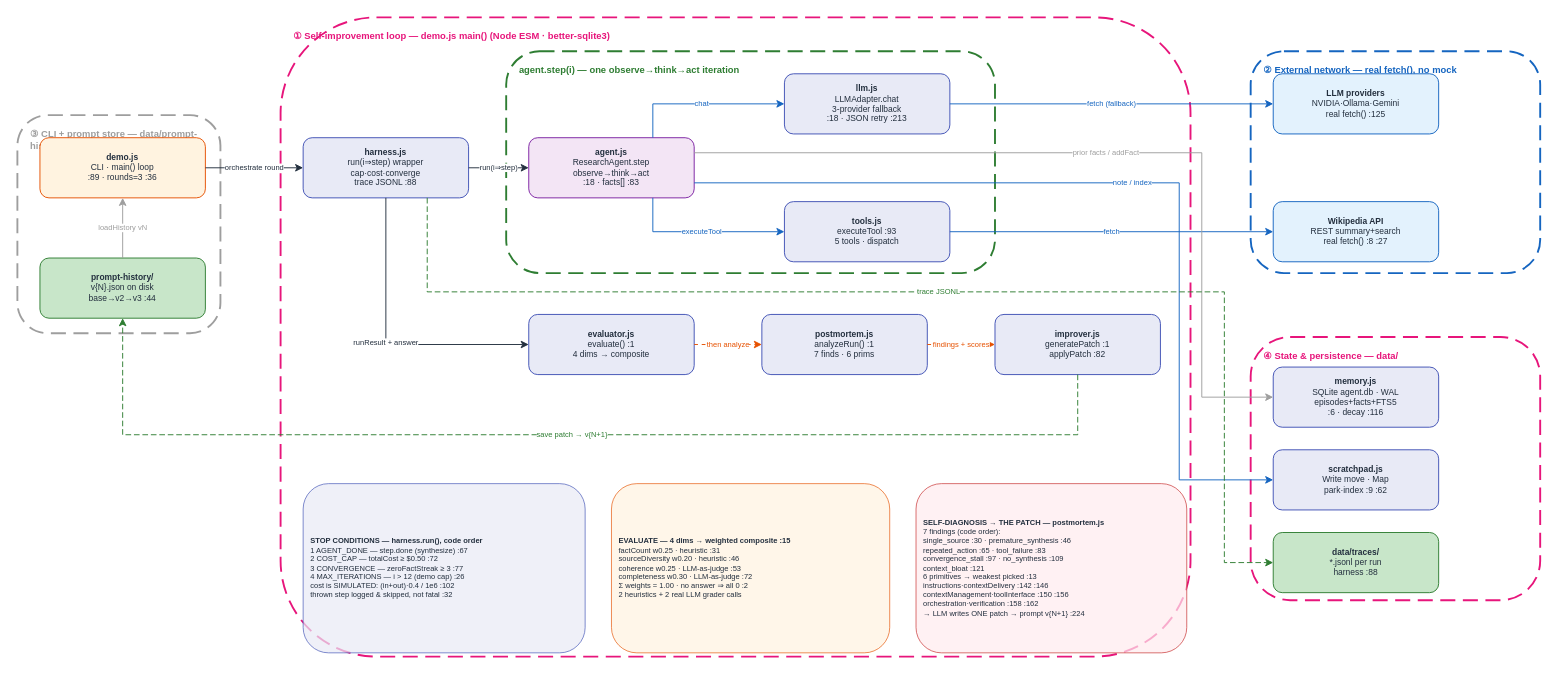
Above: docs/diagrams/self_improving_v1/HOA_SelfImproving_v1.drawio in gmaheshraju/Hands-on-AgenticAI (draw.io), before the change. Source tidied: cells renumbered, new cells numbered last; positions are measured from the earlier drawing's top-left corner, leaving out a move shared by most shapes. Both pictures are drawn from the tidied source at 94%, with x=0, y=0 at pixel (17, 17).
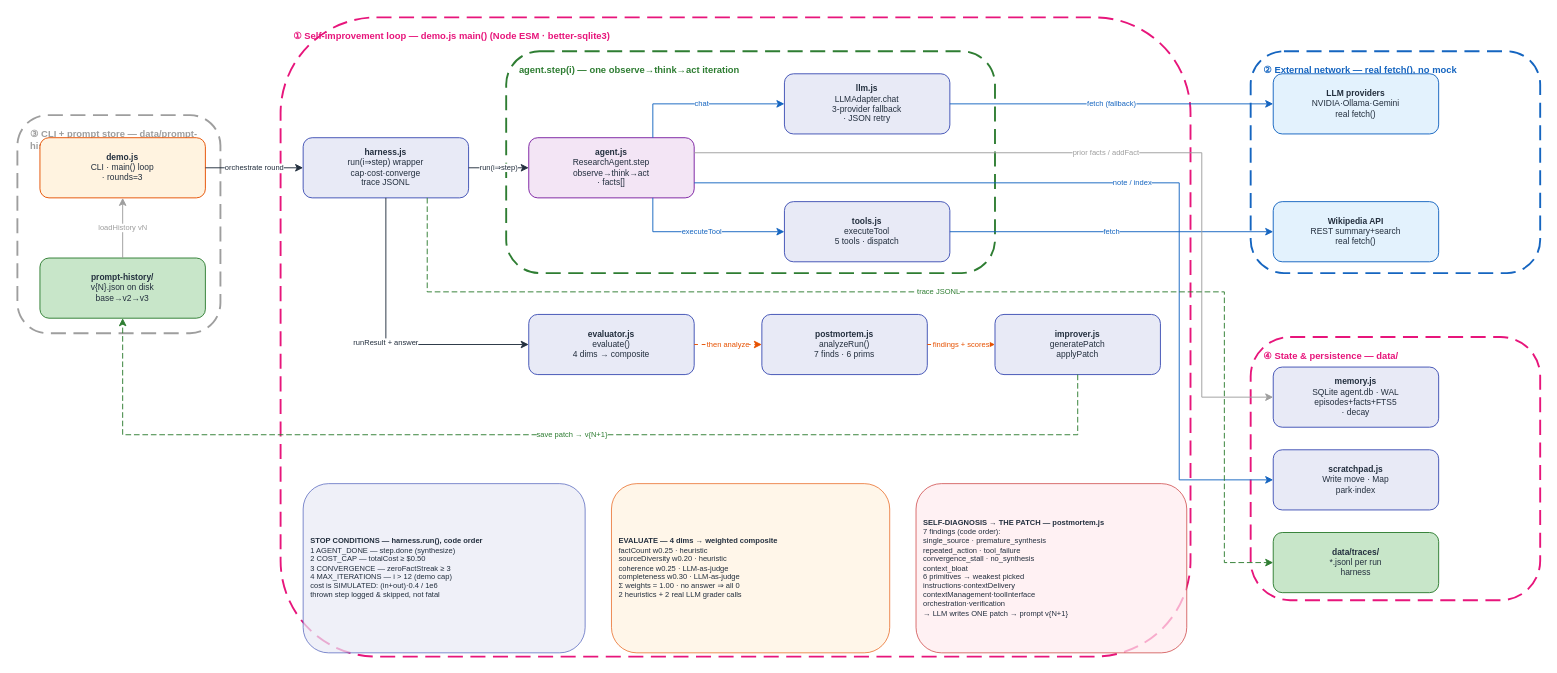
The same page after the edit.

What changed in the source:
```diff
@@
-    <mxCell id="12" value="&lt;b&gt;demo.js&lt;/b&gt;&lt;br&gt;CLI · main() loop&lt;br&gt;:89 · rounds=3 :36" style="rounded=1;fillColor=#FFF3E0;strokeColor=#E65100;fontSize=9;fontColor=#232F3E;html=1;whiteSpace=wrap;align=center;" parent="1" vertex="1">
+    <mxCell id="12" value="&lt;b&gt;demo.js&lt;/b&gt;&lt;br&gt;CLI · main() loop&lt;br&gt; · rounds=3" style="rounded=1;fillColor=#FFF3E0;strokeColor=#E65100;fontSize=9;fontColor=#232F3E;html=1;whiteSpace=wrap;align=center;" parent="1" vertex="1">
       <mxGeometry x="24" y="128" width="176" height="64" as="geometry" />
     </mxCell>
-    <mxCell id="13" value="&lt;b&gt;prompt-history/&lt;/b&gt;&lt;br&gt;v{N}.json on disk&lt;br&gt;base→v2→v3 :44" style="rounded=1;fillColor=#C8E6C9;strokeColor=#2E7D32;fontSize=9;fontColor=#232F3E;html=1;whiteSpace=wrap;align=center;" parent="1" vertex="1">
+    <mxCell id="13" value="&lt;b&gt;prompt-history/&lt;/b&gt;&lt;br&gt;v{N}.json on disk&lt;br&gt;base→v2→v3" style="rounded=1;fillColor=#C8E6C9;strokeColor=#2E7D32;fontSize=9;fontColor=#232F3E;html=1;whiteSpace=wrap;align=center;" parent="1" vertex="1">
       <mxGeometry x="24" y="256" width="176" height="64" as="geometry" />
     </mxCell>
-    <mxCell id="14" value="&lt;b&gt;harness.js&lt;/b&gt;&lt;br&gt;run(i⇒step) wrapper&lt;br&gt;cap·cost·converge&lt;br&gt;trace JSONL :88" style="rounded=1;fillColor=#E8EAF6;strokeColor=#3F51B5;fontSize=9;fontColor=#232F3E;html=1;whiteSpace=wrap;align=center;" parent="1" vertex="1">
+    <mxCell id="14" value="&lt;b&gt;harness.js&lt;/b&gt;&lt;br&gt;run(i⇒step) wrapper&lt;br&gt;cap·cost·converge&lt;br&gt;trace JSONL" style="rounded=1;fillColor=#E8EAF6;strokeColor=#3F51B5;fontSize=9;fontColor=#232F3E;html=1;whiteSpace=wrap;align=center;" parent="1" vertex="1">
       <mxGeometry x="304" y="128" width="176" height="64" as="geometry" />
     </mxCell>
-    <mxCell id="15" value="&lt;b&gt;agent.js&lt;/b&gt;&lt;br&gt;ResearchAgent.step&lt;br&gt;observe→think→act&lt;br&gt;:18 · facts[] :83" style="rounded=1;fillColor=#F3E5F5;strokeColor=#7B1FA2;fontSize=9;fontColor=#232F3E;html=1;whiteSpace=wrap;align=center;" parent="1" vertex="1">
+    <mxCell id="15" value="&lt;b&gt;agent.js&lt;/b&gt;&lt;br&gt;ResearchAgent.step&lt;br&gt;observe→think→act&lt;br&gt; · facts[]" style="rounded=1;fillColor=#F3E5F5;strokeColor=#7B1FA2;fontSize=9;fontColor=#232F3E;html=1;whiteSpace=wrap;align=center;" parent="1" vertex="1">
       <mxGeometry x="544" y="128" width="176" height="64" as="geometry" />
     </mxCell>
-    <mxCell id="16" value="&lt;b&gt;llm.js&lt;/b&gt;&lt;br&gt;LLMAdapter.chat&lt;br&gt;3-provider fallback&lt;br&gt;:18 · JSON retry :213" style="rounded=1;fillColor=#E8EAF6;strokeColor=#3F51B5;fontSize=9;fontColor=#232F3E;html=1;whiteSpace=wrap;align=center;" parent="1" vertex="1">
+    <mxCell id="16" value="&lt;b&gt;llm.js&lt;/b&gt;&lt;br&gt;LLMAdapter.chat&lt;br&gt;3-provider fallback&lt;br&gt; · JSON retry" style="rounded=1;fillColor=#E8EAF6;strokeColor=#3F51B5;fontSize=9;fontColor=#232F3E;html=1;whiteSpace=wrap;align=center;" parent="1" vertex="1">
       <mxGeometry x="816" y="60" width="176" height="64" as="geometry" />
     </mxCell>
-    <mxCell id="17" value="&lt;b&gt;tools.js&lt;/b&gt;&lt;br&gt;executeTool :93&lt;br&gt;5 tools · dispatch" style="rounded=1;fillColor=#E8EAF6;strokeColor=#3F51B5;fontSize=9;fontColor=#232F3E;html=1;whiteSpace=wrap;align=center;" parent="1" vertex="1">
+    <mxCell id="17" value="&lt;b&gt;tools.js&lt;/b&gt;&lt;br&gt;executeTool&lt;br&gt;5 tools · dispatch" style="rounded=1;fillColor=#E8EAF6;strokeColor=#3F51B5;fontSize=9;fontColor=#232F3E;html=1;whiteSpace=wrap;align=center;" parent="1" vertex="1">
       <mxGeometry x="816" y="196" width="176" height="64" as="geometry" />
     </mxCell>
-    <mxCell id="18" value="&lt;b&gt;LLM providers&lt;/b&gt;&lt;br&gt;NVIDIA·Ollama·Gemini&lt;br&gt;real fetch() :125" style="rounded=1;fillColor=#E3F2FD;strokeColor=#1565C0;fontSize=9;fontColor=#232F3E;html=1;whiteSpace=wrap;align=center;" parent="1" vertex="1">
+    <mxCell id="18" value="&lt;b&gt;LLM providers&lt;/b&gt;&lt;br&gt;NVIDIA·Ollama·Gemini&lt;br&gt;real fetch()" style="rounded=1;fillColor=#E3F2FD;strokeColor=#1565C0;fontSize=9;fontColor=#232F3E;html=1;whiteSpace=wrap;align=center;" parent="1" vertex="1">
       <mxGeometry x="1336" y="60" width="176" height="64" as="geometry" />
     </mxCell>
-    <mxCell id="19" value="&lt;b&gt;Wikipedia API&lt;/b&gt;&lt;br&gt;REST summary+search&lt;br&gt;real fetch() :8 :27" style="rounded=1;fillColor=#E3F2FD;strokeColor=#1565C0;fontSize=9;fontColor=#232F3E;html=1;whiteSpace=wrap;align=center;" parent="1" vertex="1">
+    <mxCell id="19" value="&lt;b&gt;Wikipedia API&lt;/b&gt;&lt;br&gt;REST summary+search&lt;br&gt;real fetch()" style="rounded=1;fillColor=#E3F2FD;strokeColor=#1565C0;fontSize=9;fontColor=#232F3E;html=1;whiteSpace=wrap;align=center;" parent="1" vertex="1">
       <mxGeometry x="1336" y="196" width="176" height="64" as="geometry" />
     </mxCell>
-    <mxCell id="20" value="&lt;b&gt;evaluator.js&lt;/b&gt;&lt;br&gt;evaluate() :1&lt;br&gt;4 dims → composite" style="rounded=1;fillColor=#E8EAF6;strokeColor=#3F51B5;fontSize=9;fontColor=#232F3E;html=1;whiteSpace=wrap;align=center;" parent="1" vertex="1">
+    <mxCell id="20" value="&lt;b&gt;evaluator.js&lt;/b&gt;&lt;br&gt;evaluate()&lt;br&gt;4 dims → composite" style="rounded=1;fillColor=#E8EAF6;strokeColor=#3F51B5;fontSize=9;fontColor=#232F3E;html=1;whiteSpace=wrap;align=center;" parent="1" vertex="1">
       <mxGeometry x="544" y="316" width="176" height="64" as="geometry" />
     </mxCell>
-    <mxCell id="21" value="&lt;b&gt;postmortem.js&lt;/b&gt;&lt;br&gt;analyzeRun() :1&lt;br&gt;7 finds · 6 prims" style="rounded=1;fillColor=#E8EAF6;strokeColor=#3F51B5;fontSize=9;fontColor=#232F3E;html=1;whiteSpace=wrap;align=center;" parent="1" vertex="1">
+    <mxCell id="21" value="&lt;b&gt;postmortem.js&lt;/b&gt;&lt;br&gt;analyzeRun()&lt;br&gt;7 finds · 6 prims" style="rounded=1;fillColor=#E8EAF6;strokeColor=#3F51B5;fontSize=9;fontColor=#232F3E;html=1;whiteSpace=wrap;align=center;" parent="1" vertex="1">
       <mxGeometry x="792" y="316" width="176" height="64" as="geometry" />
     </mxCell>
-    <mxCell id="22" value="&lt;b&gt;improver.js&lt;/b&gt;&lt;br&gt;generatePatch :1&lt;br&gt;applyPatch :82" style="rounded=1;fillColor=#E8EAF6;strokeColor=#3F51B5;fontSize=9;fontColor=#232F3E;html=1;whiteSpace=wrap;align=center;" parent="1" vertex="1">
+    <mxCell id="22" value="&lt;b&gt;improver.js&lt;/b&gt;&lt;br&gt;generatePatch&lt;br&gt;applyPatch" style="rounded=1;fillColor=#E8EAF6;strokeColor=#3F51B5;fontSize=9;fontColor=#232F3E;html=1;whiteSpace=wrap;align=center;" parent="1" vertex="1">
       <mxGeometry x="1040" y="316" width="176" height="64" as="geometry" />
     </mxCell>
-    <mxCell id="23" value="&lt;b&gt;memory.js&lt;/b&gt;&lt;br&gt;SQLite agent.db · WAL&lt;br&gt;episodes+facts+FTS5&lt;br&gt;:6 · decay :116" style="rounded=1;fillColor=#E8EAF6;strokeColor=#3F51B5;fontSize=9;fontColor=#232F3E;html=1;whiteSpace=wrap;align=center;" parent="1" vertex="1">
+    <mxCell id="23" value="&lt;b&gt;memory.js&lt;/b&gt;&lt;br&gt;SQLite agent.db · WAL&lt;br&gt;episodes+facts+FTS5&lt;br&gt; · decay" style="rounded=1;fillColor=#E8EAF6;strokeColor=#3F51B5;fontSize=9;fontColor=#232F3E;html=1;whiteSpace=wrap;align=center;" parent="1" vertex="1">
       <mxGeometry x="1336" y="372" width="176" height="64" as="geometry" />
     </mxCell>
-    <mxCell id="24" value="&lt;b&gt;scratchpad.js&lt;/b&gt;&lt;br&gt;Write move · Map&lt;br&gt;park·index :9 :62" style="rounded=1;fillColor=#E8EAF6;strokeColor=#3F51B5;fontSize=9;fontColor=#232F3E;html=1;whiteSpace=wrap;align=center;" parent="1" vertex="1">
+    <mxCell id="24" value="&lt;b&gt;scratchpad.js&lt;/b&gt;&lt;br&gt;Write move · Map&lt;br&gt;park·index" style="rounded=1;fillColor=#E8EAF6;strokeColor=#3F51B5;fontSize=9;fontColor=#232F3E;html=1;whiteSpace=wrap;align=center;" parent="1" vertex="1">
       <mxGeometry x="1336" y="460" width="176" height="64" as="geometry" />
     </mxCell>
-    <mxCell id="25" value="&lt;b&gt;data/traces/&lt;/b&gt;&lt;br&gt;*.jsonl per run&lt;br&gt;harness :88" style="rounded=1;fillColor=#C8E6C9;strokeColor=#2E7D32;fontSize=9;fontColor=#232F3E;html=1;whiteSpace=wrap;align=center;" parent="1" vertex="1">
+    <mxCell id="25" value="&lt;b&gt;data/traces/&lt;/b&gt;&lt;br&gt;*.jsonl per run&lt;br&gt;harness" style="rounded=1;fillColor=#C8E6C9;strokeColor=#2E7D32;fontSize=9;fontColor=#232F3E;html=1;whiteSpace=wrap;align=center;" parent="1" vertex="1">
       <mxGeometry x="1336" y="548" width="176" height="64" as="geometry" />
     </mxCell>
-    <mxCell id="26" value="&lt;b&gt;STOP CONDITIONS — harness.run(), code order&lt;/b&gt;&lt;br&gt;1 AGENT_DONE — step.done (synthesize) :67&lt;br&gt;2 COST_CAP — totalCost ≥ $0.50 :72&lt;br&gt;3 CONVERGENCE — zeroFactStreak ≥ 3 :77&lt;br&gt;4 MAX_ITERATIONS — i &amp;gt; 12 (demo cap) :26&lt;br&gt;cost is SIMULATED: (in+out)·0.4 / 1e6 :102&lt;br&gt;thrown step logged &amp;amp; skipped, not fatal :32" style="rounded=1;fillColor=#E8EAF6;strokeColor=#3F51B5;fontSize=8;fontColor=#232F3E;html=1;whiteSpace=wrap;align=left;spacingLeft=6;opacity=70;" parent="1" vertex="1">
+    <mxCell id="26" value="&lt;b&gt;STOP CONDITIONS — harness.run(), code order&lt;/b&gt;&lt;br&gt;1 AGENT_DONE — step.done (synthesize)&lt;br&gt;2 COST_CAP — totalCost ≥ $0.50&lt;br&gt;3 CONVERGENCE — zeroFactStreak ≥ 3&lt;br&gt;4 MAX_ITERATIONS — i &amp;gt; 12 (demo cap)&lt;br&gt;cost is SIMULATED: (in+out)·0.4 / 1e6&lt;br&gt;thrown step logged &amp;amp; skipped, not fatal" style="rounded=1;fillColor=#E8EAF6;strokeColor=#3F51B5;fontSize=8;fontColor=#232F3E;html=1;whiteSpace=wrap;align=left;spacingLeft=6;opacity=70;" parent="1" vertex="1">
       <mxGeometry x="304" y="496" width="300" height="180" as="geometry" />
     </mxCell>
-    <mxCell id="27" value="&lt;b&gt;EVALUATE — 4 dims → weighted composite :15&lt;/b&gt;&lt;br&gt;factCount        w0.25 · heuristic :31&lt;br&gt;sourceDiversity  w0.20 · heuristic :46&lt;br&gt;coherence        w0.25 · LLM-as-judge :53&lt;br&gt;completeness     w0.30 · LLM-as-judge :72&lt;br&gt;Σ weights = 1.00 · no answer ⇒ all 0 :2&lt;br&gt;2 heuristics + 2 real LLM grader calls" style="rounded=1;fillColor=#FFF3E0;strokeColor=#E65100;fontSize=8;fontColor=#232F3E;html=1;whiteSpace=wrap;align=left;spacingLeft=6;opacity=70;" parent="1" vertex="1">
+    <mxCell id="27" value="&lt;b&gt;EVALUATE — 4 dims → weighted composite&lt;/b&gt;&lt;br&gt;factCount w0.25 · heuristic&lt;br&gt;sourceDiversity w0.20 · heuristic&lt;br&gt;coherence w0.25 · LLM-as-judge&lt;br&gt;completeness w0.30 · LLM-as-judge&lt;br&gt;Σ weights = 1.00 · no answer ⇒ all 0&lt;br&gt;2 heuristics + 2 real LLM grader calls" style="rounded=1;fillColor=#FFF3E0;strokeColor=#E65100;fontSize=8;fontColor=#232F3E;html=1;whiteSpace=wrap;align=left;spacingLeft=6;opacity=70;" parent="1" vertex="1">
       <mxGeometry x="632" y="496" width="296" height="180" as="geometry" />
     </mxCell>
-    <mxCell id="28" value="&lt;b&gt;SELF-DIAGNOSIS → THE PATCH — postmortem.js&lt;/b&gt;&lt;br&gt;7 findings (code order):&lt;br&gt;single_source :30 · premature_synthesis :46&lt;br&gt;repeated_action :65 · tool_failure :83&lt;br&gt;convergence_stall :97 · no_synthesis :109&lt;br&gt;context_bloat :121&lt;br&gt;6 primitives → weakest picked :13&lt;br&gt;instructions·contextDelivery :142 :146&lt;br&gt;contextManagement·toolInterface :150 :156&lt;br&gt;orchestration·verification :158 :162&lt;br&gt;→ LLM writes ONE patch → prompt v{N+1} :224" style="rounded=1;fillColor=#FFEBEE;strokeColor=#C62828;fontSize=8;fontColor=#232F3E;html=1;whiteSpace=wrap;align=left;spacingLeft=6;opacity=70;" parent="1" vertex="1">
+    <mxCell id="28" value="&lt;b&gt;SELF-DIAGNOSIS → THE PATCH — postmortem.js&lt;/b&gt;&lt;br&gt;7 findings (code order):&lt;br&gt;single_source · premature_synthesis&lt;br&gt;repeated_action · tool_failure&lt;br&gt;convergence_stall · no_synthesis&lt;br&gt;context_bloat&lt;br&gt;6 primitives → weakest picked&lt;br&gt;instructions·contextDelivery&lt;br&gt;contextManagement·toolInterface&lt;br&gt;orchestration·verification&lt;br&gt;→ LLM writes ONE patch → prompt v{N+1}" style="rounded=1;fillColor=#FFEBEE;strokeColor=#C62828;fontSize=8;fontColor=#232F3E;html=1;whiteSpace=wrap;align=left;spacingLeft=6;opacity=70;" parent="1" vertex="1">
       <mxGeometry x="956" y="496" width="288" height="180" as="geometry" />
     </mxCell>
```
